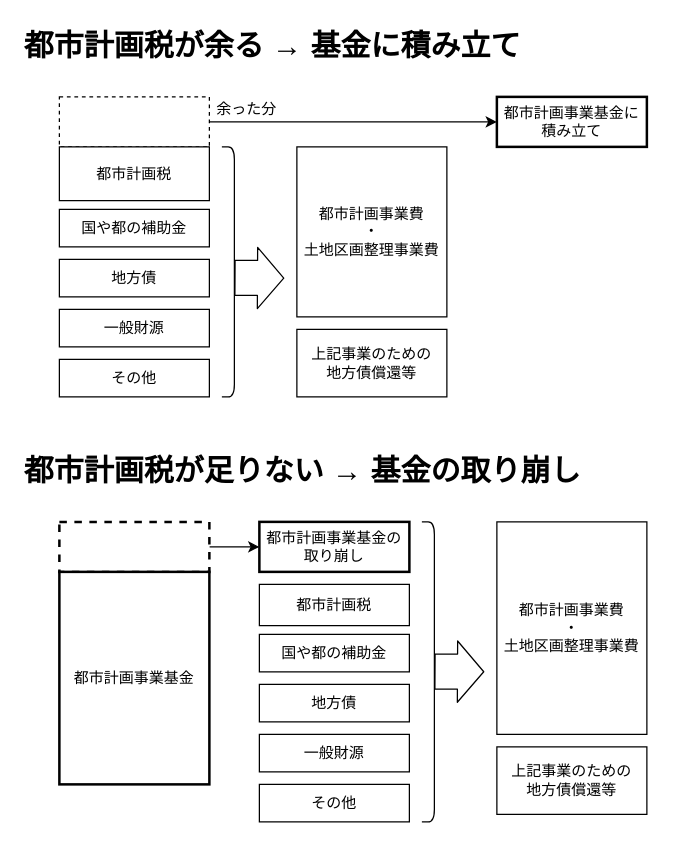
yasutakeyohei/reiwa2 keeps this draw.io diagram as src/20200908_teireikai/tosikeikakujigyokikin.drawio. Above is the earlier version. Source tidied: cells renumbered, new cells numbered last; positions are measured from the earlier drawing's top-left corner, leaving out a move shared by most shapes. Both pictures are drawn from the tidied source at 125%, with x=0, y=0 at pixel (21, 21).
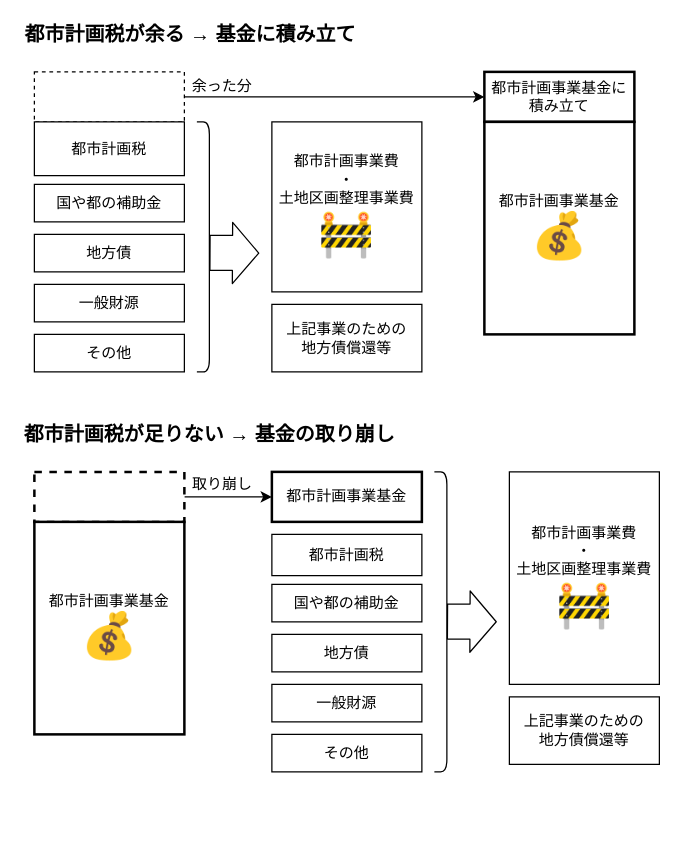
The same diagram, later.

Diff of the diagram source:
```diff
@@
-    <mxCell id="2" value="国や都の補助金" style="rounded=0;whiteSpace=wrap;html=1;" parent="1" vertex="1">
-      <mxGeometry x="30" y="150" width="120" height="30" as="geometry" />
+    <mxCell id="2" value="国や都の補助金" style="rounded=0;whiteSpace=wrap;html=1;comic=0;" parent="1" vertex="1">
+      <mxGeometry x="10" y="130" width="120" height="30" as="geometry" />
     </mxCell>
-    <mxCell id="3" style="edgeStyle=orthogonalEdgeStyle;rounded=0;jettySize=auto;html=1;exitX=1;exitY=0.5;exitDx=0;exitDy=0;entryX=0;entryY=0.5;entryDx=0;entryDy=0;" parent="1" edge="1" source="4" target="11">
+    <mxCell id="3" style="edgeStyle=orthogonalEdgeStyle;rounded=0;jettySize=auto;html=1;exitX=1;exitY=0.5;exitDx=0;exitDy=0;entryX=0;entryY=0.5;entryDx=0;entryDy=0;comic=0;jumpStyle=none;shadow=0;" parent="1" edge="1" source="4" target="11">
       <mxGeometry relative="1" as="geometry" />
     </mxCell>
+    <mxCell id="12" value="余った分" style="edgeLabel;align=center;verticalAlign=middle;spacingLeft=0;fontSize=12;" parent="3" vertex="1">
+      <mxGeometry x="0.17" y="4" relative="1" as="geometry">
+        <mxPoint x="-110" y="-6" as="offset" />
+      </mxGeometry>
+    </mxCell>
-    <mxCell id="4" style="rounded=0;whiteSpace=wrap;html=1;dashed=1;" parent="1" vertex="1">
-      <mxGeometry x="30" y="60" width="120" height="40" as="geometry" />
+    <mxCell id="4" style="rounded=0;whiteSpace=wrap;html=1;dashed=1;comic=0;" parent="1" vertex="1">
+      <mxGeometry x="10" y="40" width="120" height="40" as="geometry" />
     </mxCell>
-    <mxCell id="5" value="地方債" style="rounded=0;whiteSpace=wrap;html=1;" parent="1" vertex="1">
-      <mxGeometry x="30" y="190" width="120" height="30" as="geometry" />
+    <mxCell id="5" value="地方債" style="rounded=0;whiteSpace=wrap;html=1;comic=0;" parent="1" vertex="1">
+      <mxGeometry x="10" y="170" width="120" height="30" as="geometry" />
     </mxCell>
-    <mxCell id="6" value="一般財源" style="rounded=0;whiteSpace=wrap;html=1;" parent="1" vertex="1">
-      <mxGeometry x="30" y="230" width="120" height="30" as="geometry" />
+    <mxCell id="6" value="一般財源" style="rounded=0;whiteSpace=wrap;html=1;comic=0;" parent="1" vertex="1">
+      <mxGeometry x="10" y="210" width="120" height="30" as="geometry" />
     </mxCell>
-    <mxCell id="7" value="その他" style="rounded=0;whiteSpace=wrap;html=1;" parent="1" vertex="1">
-      <mxGeometry x="30" y="270" width="120" height="30" as="geometry" />
+    <mxCell id="7" value="その他" style="rounded=0;whiteSpace=wrap;html=1;comic=0;" parent="1" vertex="1">
+      <mxGeometry x="10" y="250" width="120" height="30" as="geometry" />
     </mxCell>
-    <mxCell id="8" value="都市計画事業費&lt;br&gt;・&lt;br&gt;土地区画整理事業費" style="rounded=0;whiteSpace=wrap;html=1;" parent="1" vertex="1">
-      <mxGeometry x="220" y="100" width="120" height="136" as="geometry" />
+    <mxCell id="8" value="都市計画事業費&lt;br&gt;・&lt;br&gt;土地区画整理事業費&lt;br&gt;&lt;span style=&quot;color: rgb(204 , 204 , 204) ; font-family: &amp;#34;noto color emoji&amp;#34; , &amp;#34;apple color emoji&amp;#34; , &amp;#34;segoe ui emoji&amp;#34; , &amp;#34;times&amp;#34; , &amp;#34;symbola&amp;#34; , &amp;#34;aegyptus&amp;#34; , &amp;#34;code2000&amp;#34; , &amp;#34;code2001&amp;#34; , &amp;#34;code2002&amp;#34; , &amp;#34;musica&amp;#34; , serif , &amp;#34;lastresort&amp;#34; ; font-size: 36px&quot;&gt;🚧&lt;/span&gt;" style="rounded=0;whiteSpace=wrap;html=1;comic=0;" parent="1" vertex="1">
+      <mxGeometry x="200" y="80" width="120" height="136" as="geometry" />
     </mxCell>
-    <mxCell id="9" value="上記事業のための&lt;br&gt;地方債償還等" style="rounded=0;whiteSpace=wrap;html=1;" parent="1" vertex="1">
-      <mxGeometry x="220" y="246" width="120" height="54" as="geometry" />
+    <mxCell id="9" value="上記事業のための&lt;br&gt;地方債償還等" style="rounded=0;whiteSpace=wrap;html=1;comic=0;" parent="1" vertex="1">
+      <mxGeometry x="200" y="226" width="120" height="54" as="geometry" />
     </mxCell>
-    <mxCell id="10" value="都市計画税" style="rounded=0;whiteSpace=wrap;html=1;" parent="1" vertex="1">
-      <mxGeometry x="30" y="100" width="120" height="43" as="geometry" />
+    <mxCell id="10" value="都市計画税" style="rounded=0;whiteSpace=wrap;html=1;comic=0;" parent="1" vertex="1">
+      <mxGeometry x="10" y="80" width="120" height="43" as="geometry" />
     </mxCell>
-    <mxCell id="11" value="都市計画事業基金に&lt;br&gt;積み立て" style="rounded=0;whiteSpace=wrap;html=1;strokeWidth=2;" parent="1" vertex="1">
-      <mxGeometry x="380" y="60" width="120" height="40" as="geometry" />
+    <mxCell id="11" value="都市計画事業基金に&lt;br&gt;積み立て" style="rounded=0;whiteSpace=wrap;html=1;strokeWidth=2;comic=0;" parent="1" vertex="1">
+      <mxGeometry x="370" y="40" width="120" height="40" as="geometry" />
     </mxCell>
-    <mxCell id="12" value="余った分" style="text;html=1;strokeColor=none;fillColor=none;align=center;verticalAlign=middle;whiteSpace=wrap;rounded=0;" parent="1" vertex="1">
-      <mxGeometry x="120" y="60" width="120" height="20" as="geometry" />
-    </mxCell>
     <mxCell id="13" style="shape=curlyBracket;whiteSpace=wrap;html=1;rounded=1;rotation=-180;size=0;" parent="1" vertex="1">
-      <mxGeometry x="160" y="100" width="10" height="200" as="geometry" />
+      <mxGeometry x="140" y="80" width="10" height="200" as="geometry" />
     </mxCell>
     <mxCell id="14" style="shape=flexArrow;endArrow=classic;html=1;endWidth=20;endSize=6.67;width=28;fillColor=none;" parent="1" edge="1">
       <mxGeometry relative="1" as="geometry">
-        <mxPoint x="170" y="204.8" as="sourcePoint" />
-        <mxPoint x="210" y="205" as="targetPoint" />
+        <mxPoint x="150" y="184.8" as="sourcePoint" />
+        <mxPoint x="190" y="185" as="targetPoint" />
       </mxGeometry>
     </mxCell>
     <mxCell id="15" value="国や都の補助金" style="rounded=0;whiteSpace=wrap;html=1;" parent="1" vertex="1">
-      <mxGeometry x="190" y="490" width="120" height="30" as="geometry" />
+      <mxGeometry x="200" y="450" width="120" height="30" as="geometry" />
     </mxCell>
     <mxCell id="16" value="地方債" style="rounded=0;whiteSpace=wrap;html=1;" parent="1" vertex="1">
-      <mxGeometry x="190" y="530" width="120" height="30" as="geometry" />
+      <mxGeometry x="200" y="490" width="120" height="30" as="geometry" />
     </mxCell>
     <mxCell id="17" value="一般財源" style="rounded=0;whiteSpace=wrap;html=1;" parent="1" vertex="1">
-      <mxGeometry x="190" y="570" width="120" height="30" as="geometry" />
+      <mxGeometry x="200" y="530" width="120" height="30" as="geometry" />
     </mxCell>
     <mxCell id="18" value="その他" style="rounded=0;whiteSpace=wrap;html=1;" parent="1" vertex="1">
-      <mxGeometry x="190" y="610" width="120" height="30" as="geometry" />
+      <mxGeometry x="200" y="570" width="120" height="30" as="geometry" />
     </mxCell>
-    <mxCell id="19" value="都市計画事業費&lt;br&gt;・&lt;br&gt;土地区画整理事業費" style="rounded=0;whiteSpace=wrap;html=1;" parent="1" vertex="1">
-      <mxGeometry x="380" y="400" width="120" height="170" as="geometry" />
+    <mxCell id="19" value="都市計画事業費&lt;br&gt;・&lt;br&gt;土地区画整理事業費&lt;br&gt;&lt;span style=&quot;color: rgb(204 , 204 , 204) ; font-family: &amp;#34;noto color emoji&amp;#34; , &amp;#34;apple color emoji&amp;#34; , &amp;#34;segoe ui emoji&amp;#34; , &amp;#34;times&amp;#34; , &amp;#34;symbola&amp;#34; , &amp;#34;aegyptus&amp;#34; , &amp;#34;code2000&amp;#34; , &amp;#34;code2001&amp;#34; , &amp;#34;code2002&amp;#34; , &amp;#34;musica&amp;#34; , serif , &amp;#34;lastresort&amp;#34; ; font-size: 36px&quot;&gt;🚧&lt;/span&gt;" style="rounded=0;whiteSpace=wrap;html=1;" parent="1" vertex="1">
+      <mxGeometry x="390" y="360" width="120" height="170" as="geometry" />
     </mxCell>
     <mxCell id="20" value="上記事業のための&lt;br&gt;地方債償還等" style="rounded=0;whiteSpace=wrap;html=1;" parent="1" vertex="1">
-      <mxGeometry x="380" y="580" width="120" height="54" as="geometry" />
+      <mxGeometry x="390" y="540" width="120" height="54" as="geometry" />
     </mxCell>
     <mxCell id="21" value="都市計画税" style="rounded=0;whiteSpace=wrap;html=1;" parent="1" vertex="1">
-      <mxGeometry x="190" y="450" width="120" height="33" as="geometry" />
+      <mxGeometry x="200" y="410" width="120" height="33" as="geometry" />
     </mxCell>
     <mxCell id="22" style="shape=curlyBracket;whiteSpace=wrap;html=1;rounded=1;rotation=-180;size=0;" parent="1" vertex="1">
-      <mxGeometry x="320" y="400" width="10" height="240" as="geometry" />
+      <mxGeometry x="330" y="360" width="10" height="240" as="geometry" />
     </mxCell>
     <mxCell id="23" style="shape=flexArrow;endArrow=classic;html=1;endWidth=20;endSize=6.67;width=28;fillColor=none;" parent="1" edge="1">
       <mxGeometry relative="1" as="geometry">
-        <mxPoint x="330" y="519.7" as="sourcePoint" />
-        <mxPoint x="370" y="519.9" as="targetPoint" />
+        <mxPoint x="340" y="479.7" as="sourcePoint" />
+        <mxPoint x="380" y="479.9" as="targetPoint" />
       </mxGeometry>
     </mxCell>
-    <mxCell id="24" style="edgeStyle=orthogonalEdgeStyle;rounded=0;jettySize=auto;html=1;exitX=1;exitY=0.5;exitDx=0;exitDy=0;entryX=0;entryY=0.5;entryDx=0;entryDy=0;" parent="1" edge="1" source="25" target="27">
-      <mxGeometry relative="1" as="geometry" />
+    <mxCell id="24" value="&lt;font style=&quot;font-size: 12px&quot;&gt;取り崩し&lt;/font&gt;" style="edgeStyle=orthogonalEdgeStyle;rounded=0;jettySize=auto;html=1;exitX=1;exitY=0.5;exitDx=0;exitDy=0;entryX=0;entryY=0.5;entryDx=0;entryDy=0;" parent="1" edge="1" source="25" target="27">
+      <mxGeometry x="0.71" y="32" relative="1" as="geometry">
+        <Array as="points">
+          <mxPoint x="190" y="380" />
+          <mxPoint x="190" y="380" />
+        </Array>
+        <mxPoint x="-30" y="22" as="offset" />
+      </mxGeometry>
     </mxCell>
-    <mxCell id="25" style="rounded=0;whiteSpace=wrap;html=1;dashed=1;strokeWidth=2;" parent="1" vertex="1">
-      <mxGeometry x="30" y="400" width="120" height="40" as="geometry" />
+    <mxCell id="25" style="rounded=0;whiteSpace=wrap;html=1;dashed=1;strokeWidth=2;gradientColor=none;" parent="1" vertex="1">
+      <mxGeometry x="10" y="360" width="120" height="40" as="geometry" />
     </mxCell>
-    <mxCell id="26" value="都市計画事業基金" style="rounded=0;whiteSpace=wrap;html=1;strokeWidth=2;" parent="1" vertex="1">
-      <mxGeometry x="30" y="440" width="120" height="170" as="geometry" />
+    <mxCell id="26" value="都市計画事業基金&lt;br&gt;&lt;span style=&quot;color: rgb(204 , 204 , 204) ; font-family: &amp;#34;noto color emoji&amp;#34; , &amp;#34;apple color emoji&amp;#34; , &amp;#34;segoe ui emoji&amp;#34; , &amp;#34;times&amp;#34; , &amp;#34;symbola&amp;#34; , &amp;#34;aegyptus&amp;#34; , &amp;#34;code2000&amp;#34; , &amp;#34;code2001&amp;#34; , &amp;#34;code2002&amp;#34; , &amp;#34;musica&amp;#34; , serif , &amp;#34;lastresort&amp;#34; ; font-size: 36px&quot;&gt;💰&lt;/span&gt;" style="rounded=0;whiteSpace=wrap;html=1;strokeWidth=2;" parent="1" vertex="1">
+      <mxGeometry x="10" y="400" width="120" height="170" as="geometry" />
     </mxCell>
-    <mxCell id="27" value="都市計画事業基金の&lt;br&gt;取り崩し" style="rounded=0;whiteSpace=wrap;html=1;strokeWidth=2;" parent="1" vertex="1">
-      <mxGeometry x="190" y="400" width="120" height="40" as="geometry" />
+    <mxCell id="27" value="都市計画事業基金" style="rounded=0;whiteSpace=wrap;html=1;strokeWidth=2;" parent="1" vertex="1">
+      <mxGeometry x="200" y="360" width="120" height="40" as="geometry" />
     </mxCell>
+    <mxCell id="29" value="&lt;h6&gt;&lt;font style=&quot;font-size: 16px&quot;&gt;都市計画税が足りない → 基金の取り崩し&lt;/font&gt;&lt;/h6&gt;" style="text;strokeColor=none;fillColor=none;html=1;fontSize=24;fontStyle=1;verticalAlign=middle;align=left;dashed=1;" parent="1" vertex="1">
+      <mxGeometry y="310" width="470" height="40" as="geometry" />
+    </mxCell>
-    <mxCell id="28" value="都市計画税が余る → 基金に積み立て" style="text;strokeColor=none;fillColor=none;html=1;fontSize=24;fontStyle=1;verticalAlign=middle;align=left;dashed=1;" parent="1" vertex="1">
-      <mxGeometry width="410" height="40" as="geometry" />
+    <mxCell id="28" value="&lt;span style=&quot;font-size: 16px ; font-weight: 700 ; text-align: left&quot;&gt;都市計画税が余る → 基金に積み立て&lt;/span&gt;" style="text;html=1;strokeColor=none;fillColor=none;align=center;verticalAlign=middle;whiteSpace=wrap;rounded=0;" parent="1" vertex="1">
+      <mxGeometry width="270" height="20" as="geometry" />
     </mxCell>
-    <mxCell id="29" value="都市計画税が足りない → 基金の取り崩し" style="text;strokeColor=none;fillColor=none;html=1;fontSize=24;fontStyle=1;verticalAlign=middle;align=left;dashed=1;" parent="1" vertex="1">
-      <mxGeometry y="340" width="470" height="40" as="geometry" />
-    </mxCell>
+    <mxCell id="30" value="都市計画事業基金&lt;br&gt;&lt;span style=&quot;color: rgb(204 , 204 , 204) ; font-family: &amp;#34;noto color emoji&amp;#34; , &amp;#34;apple color emoji&amp;#34; , &amp;#34;segoe ui emoji&amp;#34; , &amp;#34;times&amp;#34; , &amp;#34;symbola&amp;#34; , &amp;#34;aegyptus&amp;#34; , &amp;#34;code2000&amp;#34; , &amp;#34;code2001&amp;#34; , &amp;#34;code2002&amp;#34; , &amp;#34;musica&amp;#34; , serif , &amp;#34;lastresort&amp;#34; ; font-size: 36px&quot;&gt;💰&lt;/span&gt;" style="rounded=0;whiteSpace=wrap;html=1;strokeWidth=2;comic=0;" parent="1" vertex="1">
+      <mxGeometry x="370" y="80" width="120" height="170" as="geometry" />
+    </mxCell>
```
